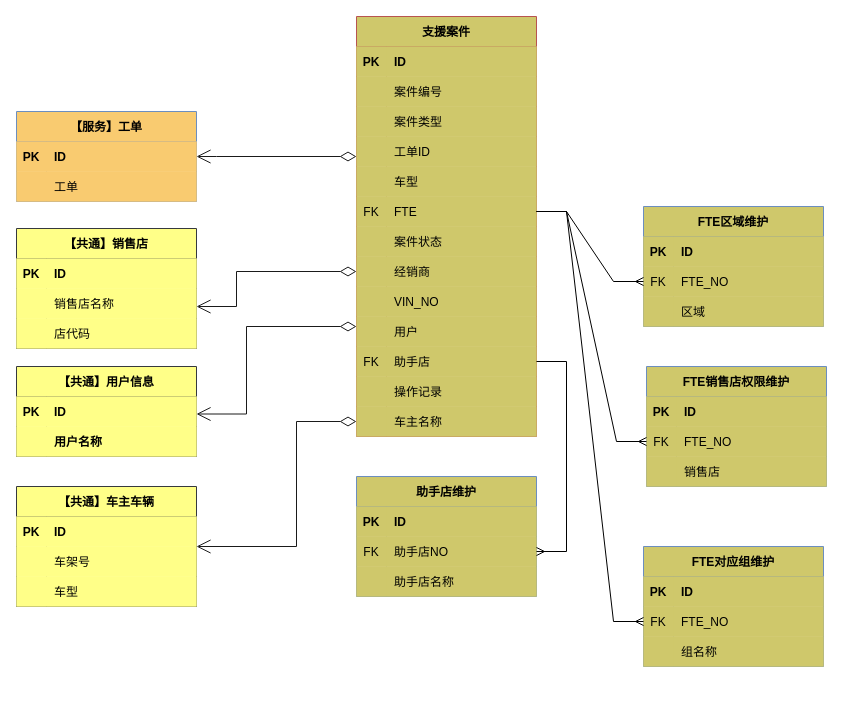
This is page "支援案件聚合根" (1 of 11) of images/支援案件时序图.drawio from 1132489442/designer, a draw.io file, before an edit. Source tidied: cells renumbered, new cells numbered last; positions are measured from the earlier drawing's top-left corner, leaving out a move shared by most shapes. Both pictures are drawn from the tidied source at 100%, with x=0, y=0 at pixel (16, 16).
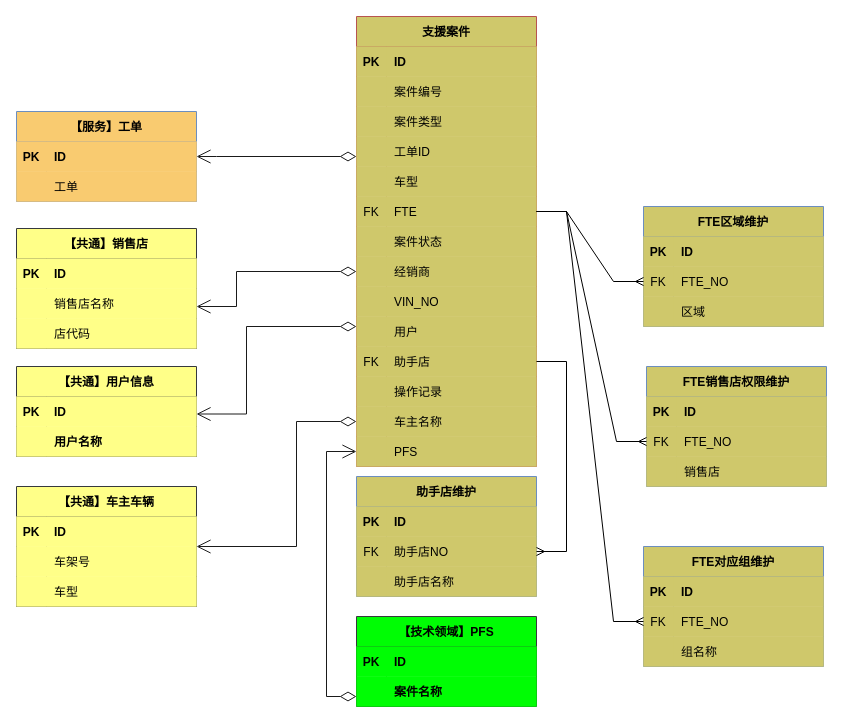
After the change.

Change to the diagram source:
```diff
@@
     <mxCell id="9" value="支援案件" style="shape=table;startSize=30;childLayout=tableLayout;rowLines=0;fontStyle=1;align=center;fillColor=#CFC86B;strokeColor=#b85450;" parent="1" vertex="1">
-      <mxGeometry x="340" width="180" height="420" as="geometry" />
+      <mxGeometry x="340" width="180" height="450" as="geometry" />
     </mxCell>
@@
+    <mxCell id="124" style="shape=partialRectangle;fillColor=#CFC86B;top=0;left=0;bottom=0;right=0;points=[[0,0.5],[1,0.5]];portConstraint=eastwest;strokeColor=#b85450;" parent="9" vertex="1">
+      <mxGeometry y="420" width="180" height="30" as="geometry" />
+    </mxCell>
+    <mxCell id="125" style="shape=partialRectangle;fillColor=#CFC86B;top=0;left=0;bottom=0;right=0;overflow=hidden;strokeColor=#b85450;" parent="124" vertex="1">
+      <mxGeometry width="30" height="30" as="geometry" />
+    </mxCell>
+    <mxCell id="126" value="PFS" style="shape=partialRectangle;fillColor=#CFC86B;top=0;left=0;bottom=0;right=0;align=left;spacingLeft=6;overflow=hidden;strokeColor=#b85450;" parent="124" vertex="1">
+      <mxGeometry x="30" width="150" height="30" as="geometry" />
+    </mxCell>
@@
+    <mxCell id="127" value="【技术领域】PFS" style="shape=table;startSize=30;childLayout=tableLayout;rowLines=0;fontStyle=1;align=center;fillColor=#00FD04;strokeColor=#36393d;swimlaneLine=1;shadow=0;labelBorderColor=none;labelBackgroundColor=none;" parent="1" vertex="1">
+      <mxGeometry x="340" y="600" width="180" height="90" as="geometry" />
+    </mxCell>
+    <mxCell id="128" style="shape=partialRectangle;fillColor=#00FD04;top=0;left=0;bottom=0;right=0;strokeColor=#36393d;swimlaneLine=1;shadow=0;labelBorderColor=none;labelBackgroundColor=none;" parent="127" vertex="1">
+      <mxGeometry y="30" width="180" height="30" as="geometry" />
+    </mxCell>
+    <mxCell id="129" value="PK" style="shape=partialRectangle;fillColor=#00FD04;top=0;left=0;bottom=0;right=0;overflow=hidden;fontStyle=1;strokeColor=#36393d;swimlaneLine=1;shadow=0;labelBorderColor=none;labelBackgroundColor=none;" parent="128" vertex="1">
+      <mxGeometry width="30" height="30" as="geometry" />
+    </mxCell>
+    <mxCell id="130" value="ID" style="shape=partialRectangle;fillColor=#00FD04;top=0;left=0;bottom=0;right=0;align=left;spacingLeft=6;overflow=hidden;fontStyle=1;strokeColor=#36393d;swimlaneLine=1;shadow=0;labelBorderColor=none;labelBackgroundColor=none;" parent="128" vertex="1">
+      <mxGeometry x="30" width="150" height="30" as="geometry" />
+    </mxCell>
+    <mxCell id="131" style="shape=partialRectangle;fillColor=#00FD04;top=0;left=0;bottom=0;right=0;strokeColor=#36393d;swimlaneLine=1;shadow=0;labelBorderColor=none;labelBackgroundColor=none;" parent="127" vertex="1">
+      <mxGeometry y="60" width="180" height="30" as="geometry" />
+    </mxCell>
+    <mxCell id="132" style="shape=partialRectangle;fillColor=#00FD04;top=0;left=0;bottom=0;right=0;overflow=hidden;fontStyle=1;strokeColor=#36393d;swimlaneLine=1;shadow=0;labelBorderColor=none;labelBackgroundColor=none;" parent="131" vertex="1">
+      <mxGeometry width="30" height="30" as="geometry" />
+    </mxCell>
+    <mxCell id="133" value="案件名称" style="shape=partialRectangle;fillColor=#00FD04;top=0;left=0;bottom=0;right=0;align=left;spacingLeft=6;overflow=hidden;fontStyle=1;strokeColor=#36393d;swimlaneLine=1;shadow=0;labelBorderColor=none;labelBackgroundColor=none;" parent="131" vertex="1">
+      <mxGeometry x="30" width="150" height="30" as="geometry" />
+    </mxCell>
+    <mxCell id="134" style="endArrow=open;html=1;endSize=12;startArrow=diamondThin;startSize=14;startFill=0;edgeStyle=orthogonalEdgeStyle;align=left;verticalAlign=bottom;rounded=0;strokeColor=#1A1A1A;exitX=0;exitY=0.5;exitDx=0;exitDy=0;entryX=0;entryY=0.5;entryDx=0;entryDy=0;" parent="1" edge="1" target="124">
+      <mxGeometry x="-1" y="3" relative="1" as="geometry">
+        <mxPoint x="340" y="680" as="sourcePoint" />
+        <Array as="points">
+          <mxPoint x="310" y="680" />
+          <mxPoint x="310" y="435" />
+        </Array>
+      </mxGeometry>
+    </mxCell>
```
